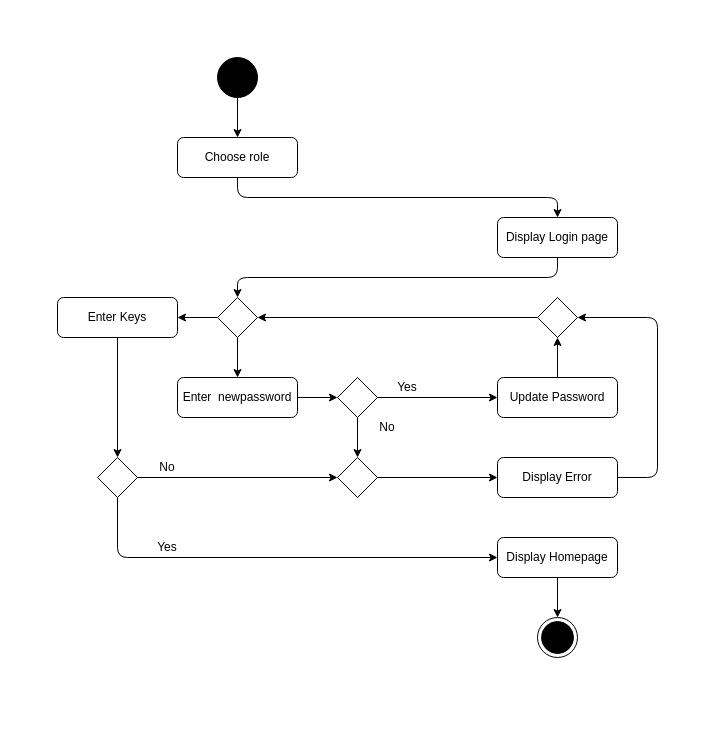
Above: page "Login" (1 of 5) of Diagrams/activity.drawio in TitaniumBull224/se-ssps (draw.io), before the change. Source tidied: cells renumbered, new cells numbered last; positions are measured from the earlier drawing's top-left corner, leaving out a move shared by most shapes. Both pictures are drawn from the tidied source at 100%, with x=0, y=0 at pixel (57, 57).
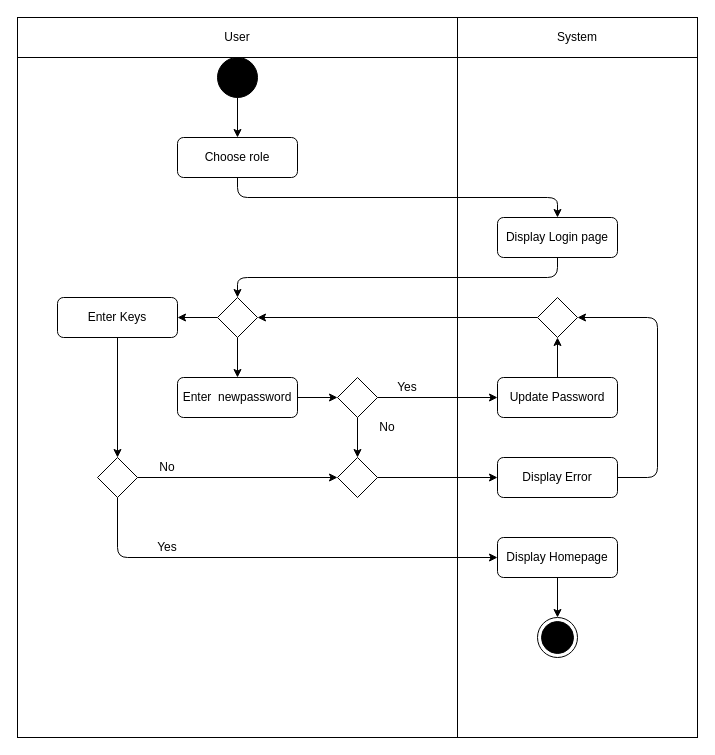
The same diagram, later.

What changed in the source:
```diff
@@
+    <mxCell id="36" style="shape=internalStorage;whiteSpace=wrap;html=1;backgroundOutline=1;fillColor=none;dx=440;dy=40;" parent="1" vertex="1">
+      <mxGeometry x="-40" y="-40" width="680" height="720" as="geometry" />
+    </mxCell>
+    <mxCell id="37" value="User" style="text;html=1;strokeColor=none;fillColor=none;align=center;verticalAlign=middle;whiteSpace=wrap;rounded=0;" parent="1" vertex="1">
+      <mxGeometry x="120" y="-40" width="120" height="40" as="geometry" />
+    </mxCell>
+    <mxCell id="38" value="System" style="text;html=1;strokeColor=none;fillColor=none;align=center;verticalAlign=middle;whiteSpace=wrap;rounded=0;" parent="1" vertex="1">
+      <mxGeometry x="460" y="-40" width="120" height="40" as="geometry" />
+    </mxCell>
```
